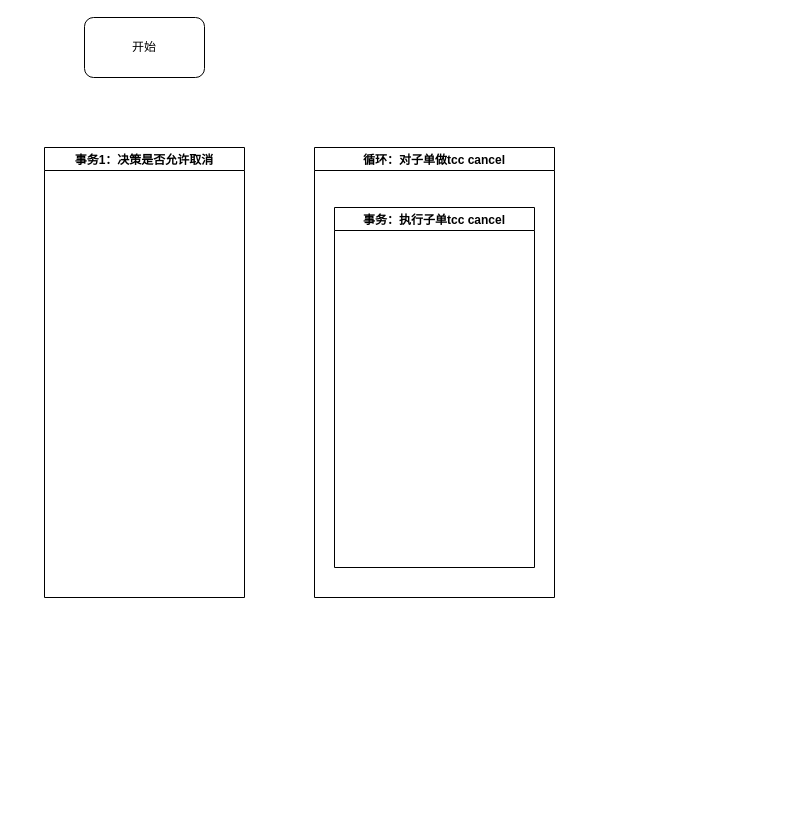
Earlier version of the draw.io diagram 人工发起取消.drawio (catface996/images). Source tidied: cells renumbered, new cells numbered last; positions are measured from the earlier drawing's top-left corner, leaving out a move shared by most shapes. Both pictures are drawn from the tidied source at 100%, with x=0, y=0 at pixel (44, 17).
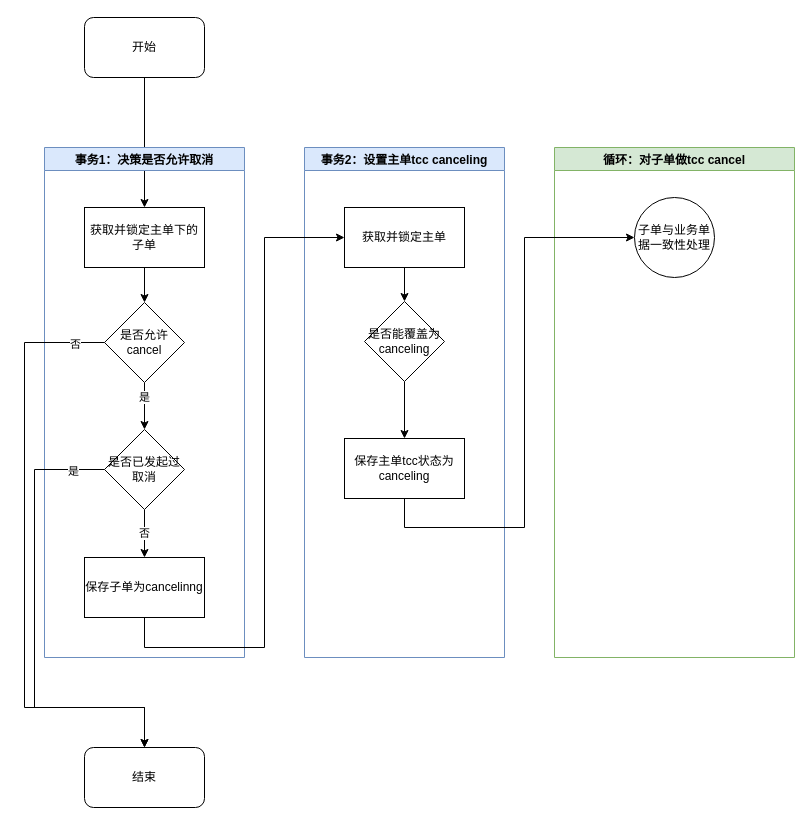
The same diagram, later.

Commit message:
更新人工发起取消.drawio

Unchanged cells that the change refers to:
```xml
<mxCell id="2" value="开始" style="rounded=1;whiteSpace=wrap;html=1;" parent="1" vertex="1">
  <mxGeometry x="40" width="120" height="60" as="geometry" />
</mxCell>
```

What changed in the source:
```diff
@@
+    <mxCell id="6" style="edgeStyle=orthogonalEdgeStyle;rounded=0;jettySize=auto;html=1;entryX=0.5;entryY=0;entryDx=0;entryDy=0;" parent="1" edge="1" source="2" target="8">
+      <mxGeometry relative="1" as="geometry" />
+    </mxCell>
@@
-    <mxCell id="3" value="事务1：决策是否允许取消" style="swimlane;" parent="1" vertex="1">
-      <mxGeometry y="130" width="200" height="450" as="geometry" />
+    <mxCell id="3" value="事务1：决策是否允许取消" style="swimlane;fillColor=#dae8fc;strokeColor=#6c8ebf;" parent="1" vertex="1">
+      <mxGeometry y="130" width="200" height="510" as="geometry" />
     </mxCell>
+    <mxCell id="7" style="edgeStyle=orthogonalEdgeStyle;rounded=0;jettySize=auto;html=1;entryX=0.5;entryY=0;entryDx=0;entryDy=0;" parent="3" edge="1" source="8" target="10">
+      <mxGeometry relative="1" as="geometry" />
+    </mxCell>
+    <mxCell id="8" value="获取并锁定主单下的子单" style="rounded=0;whiteSpace=wrap;html=1;" parent="3" vertex="1">
+      <mxGeometry x="40" y="60" width="120" height="60" as="geometry" />
+    </mxCell>
+    <mxCell id="9" value="是" style="edgeStyle=orthogonalEdgeStyle;rounded=0;jettySize=auto;html=1;entryX=0.5;entryY=0;entryDx=0;entryDy=0;" parent="3" edge="1" source="10" target="13">
+      <mxGeometry x="-0.36" relative="1" as="geometry" />
+    </mxCell>
+    <mxCell id="10" value="是否允许&lt;br&gt;cancel" style="rhombus;whiteSpace=wrap;html=1;" parent="3" vertex="1">
+      <mxGeometry x="60" y="155" width="80" height="80" as="geometry" />
+    </mxCell>
+    <mxCell id="11" value="保存子单为cancelinng" style="rounded=0;whiteSpace=wrap;html=1;" parent="3" vertex="1">
+      <mxGeometry x="40" y="410" width="120" height="60" as="geometry" />
+    </mxCell>
+    <mxCell id="12" value="否" style="edgeStyle=orthogonalEdgeStyle;rounded=0;jettySize=auto;html=1;entryX=0.5;entryY=0;entryDx=0;entryDy=0;" parent="3" edge="1" source="13" target="11">
+      <mxGeometry relative="1" as="geometry" />
+    </mxCell>
+    <mxCell id="13" value="是否已发起过取消" style="rhombus;whiteSpace=wrap;html=1;" parent="3" vertex="1">
+      <mxGeometry x="60" y="282" width="80" height="80" as="geometry" />
+    </mxCell>
-    <mxCell id="4" value="循环：对子单做tcc cancel" style="swimlane;" parent="1" vertex="1">
-      <mxGeometry x="270" y="130" width="240" height="450" as="geometry" />
+    <mxCell id="4" value="循环：对子单做tcc cancel" style="swimlane;fillColor=#d5e8d4;strokeColor=#82b366;" parent="1" vertex="1">
+      <mxGeometry x="510" y="130" width="240" height="510" as="geometry" />
     </mxCell>
-    <mxCell id="5" value="事务：执行子单tcc cancel" style="swimlane;" parent="4" vertex="1">
-      <mxGeometry x="20" y="60" width="200" height="360" as="geometry" />
-    </mxCell>
+    <mxCell id="14" value="子单与业务单据一致性处理" style="ellipse;whiteSpace=wrap;html=1;" parent="4" vertex="1">
+      <mxGeometry x="80" y="50" width="80" height="80" as="geometry" />
+    </mxCell>
+    <mxCell id="15" value="事务2：设置主单tcc canceling" style="swimlane;fillColor=#dae8fc;strokeColor=#6c8ebf;" parent="1" vertex="1">
+      <mxGeometry x="260" y="130" width="200" height="510" as="geometry" />
+    </mxCell>
+    <mxCell id="16" style="edgeStyle=orthogonalEdgeStyle;rounded=0;jettySize=auto;html=1;entryX=0.5;entryY=0;entryDx=0;entryDy=0;" parent="15" edge="1" source="17" target="19">
+      <mxGeometry relative="1" as="geometry" />
+    </mxCell>
+    <mxCell id="17" value="获取并锁定主单" style="rounded=0;whiteSpace=wrap;html=1;" parent="15" vertex="1">
+      <mxGeometry x="40" y="60" width="120" height="60" as="geometry" />
+    </mxCell>
+    <mxCell id="18" style="edgeStyle=orthogonalEdgeStyle;rounded=0;jettySize=auto;html=1;entryX=0.5;entryY=0;entryDx=0;entryDy=0;" parent="15" edge="1" source="19" target="20">
+      <mxGeometry relative="1" as="geometry" />
+    </mxCell>
+    <mxCell id="19" value="是否能覆盖为&lt;br&gt;canceling" style="rhombus;whiteSpace=wrap;html=1;" parent="15" vertex="1">
+      <mxGeometry x="60" y="154" width="80" height="80" as="geometry" />
+    </mxCell>
+    <mxCell id="20" value="保存主单tcc状态为&lt;br&gt;canceling" style="rounded=0;whiteSpace=wrap;html=1;" parent="15" vertex="1">
+      <mxGeometry x="40" y="291" width="120" height="60" as="geometry" />
+    </mxCell>
+    <mxCell id="21" style="edgeStyle=orthogonalEdgeStyle;rounded=0;jettySize=auto;html=1;exitX=0.5;exitY=1;exitDx=0;exitDy=0;" parent="1" edge="1" source="11" target="17">
+      <mxGeometry relative="1" as="geometry">
+        <Array as="points">
+          <mxPoint x="100" y="630" />
+          <mxPoint x="220" y="630" />
+          <mxPoint x="220" y="220" />
+        </Array>
+      </mxGeometry>
+    </mxCell>
+    <mxCell id="22" value="结束" style="rounded=1;whiteSpace=wrap;html=1;" parent="1" vertex="1">
+      <mxGeometry x="40" y="730" width="120" height="60" as="geometry" />
+    </mxCell>
+    <mxCell id="23" style="edgeStyle=orthogonalEdgeStyle;rounded=0;jettySize=auto;html=1;entryX=0;entryY=0.5;entryDx=0;entryDy=0;exitX=0.5;exitY=1;exitDx=0;exitDy=0;" parent="1" edge="1" source="20" target="14">
+      <mxGeometry relative="1" as="geometry">
+        <Array as="points">
+          <mxPoint x="360" y="510" />
+          <mxPoint x="480" y="510" />
+          <mxPoint x="480" y="220" />
+        </Array>
+      </mxGeometry>
+    </mxCell>
+    <mxCell id="24" style="edgeStyle=orthogonalEdgeStyle;rounded=0;jettySize=auto;html=1;entryX=0.5;entryY=0;entryDx=0;entryDy=0;" parent="1" edge="1" source="10" target="22">
+      <mxGeometry relative="1" as="geometry">
+        <Array as="points">
+          <mxPoint x="-20" y="325" />
+          <mxPoint x="-20" y="690" />
+          <mxPoint x="100" y="690" />
+        </Array>
+      </mxGeometry>
+    </mxCell>
+    <mxCell id="25" value="否" style="edgeLabel;html=1;align=center;verticalAlign=middle;" parent="24" vertex="1">
+      <mxGeometry x="-0.9" y="1" relative="1" as="geometry" />
+    </mxCell>
+    <mxCell id="26" style="edgeStyle=orthogonalEdgeStyle;rounded=0;jettySize=auto;html=1;entryX=0.5;entryY=0;entryDx=0;entryDy=0;" parent="1" edge="1" source="13" target="22">
+      <mxGeometry relative="1" as="geometry">
+        <Array as="points">
+          <mxPoint x="-10" y="452" />
+          <mxPoint x="-10" y="690" />
+          <mxPoint x="100" y="690" />
+        </Array>
+      </mxGeometry>
+    </mxCell>
+    <mxCell id="27" value="是" style="edgeLabel;html=1;align=center;verticalAlign=middle;" parent="26" vertex="1">
+      <mxGeometry x="-0.86" y="1" relative="1" as="geometry" />
+    </mxCell>
```
